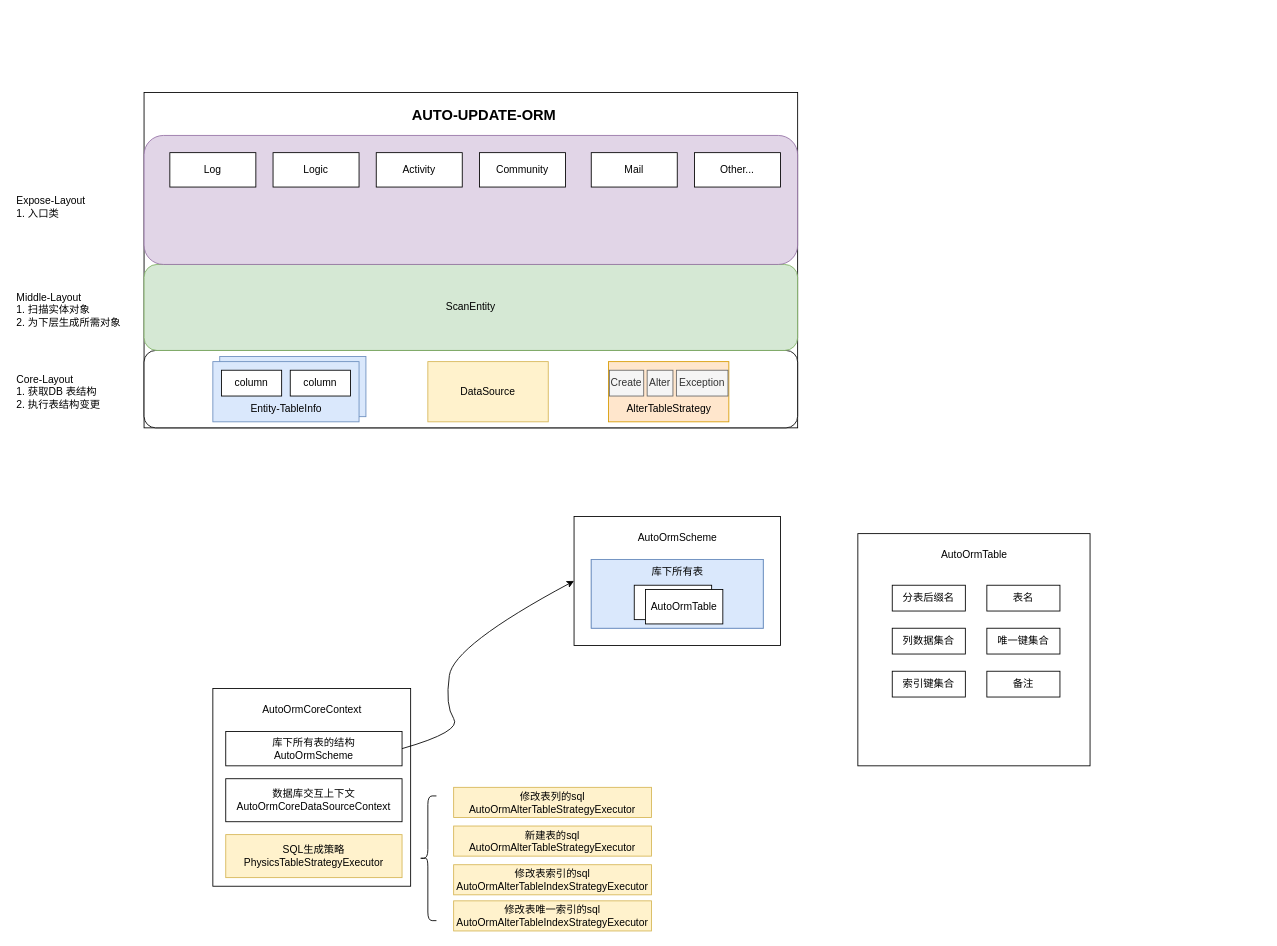
Earlier version of the draw.io diagram SSJJ2/构建ORM映射.drawio (Ordertiny/graph). Source tidied: cells renumbered, new cells numbered last; positions are measured from the earlier drawing's top-left corner, leaving out a move shared by most shapes. Both pictures are drawn from the tidied source at 86%, with x=0, y=0 at pixel (15, 15).
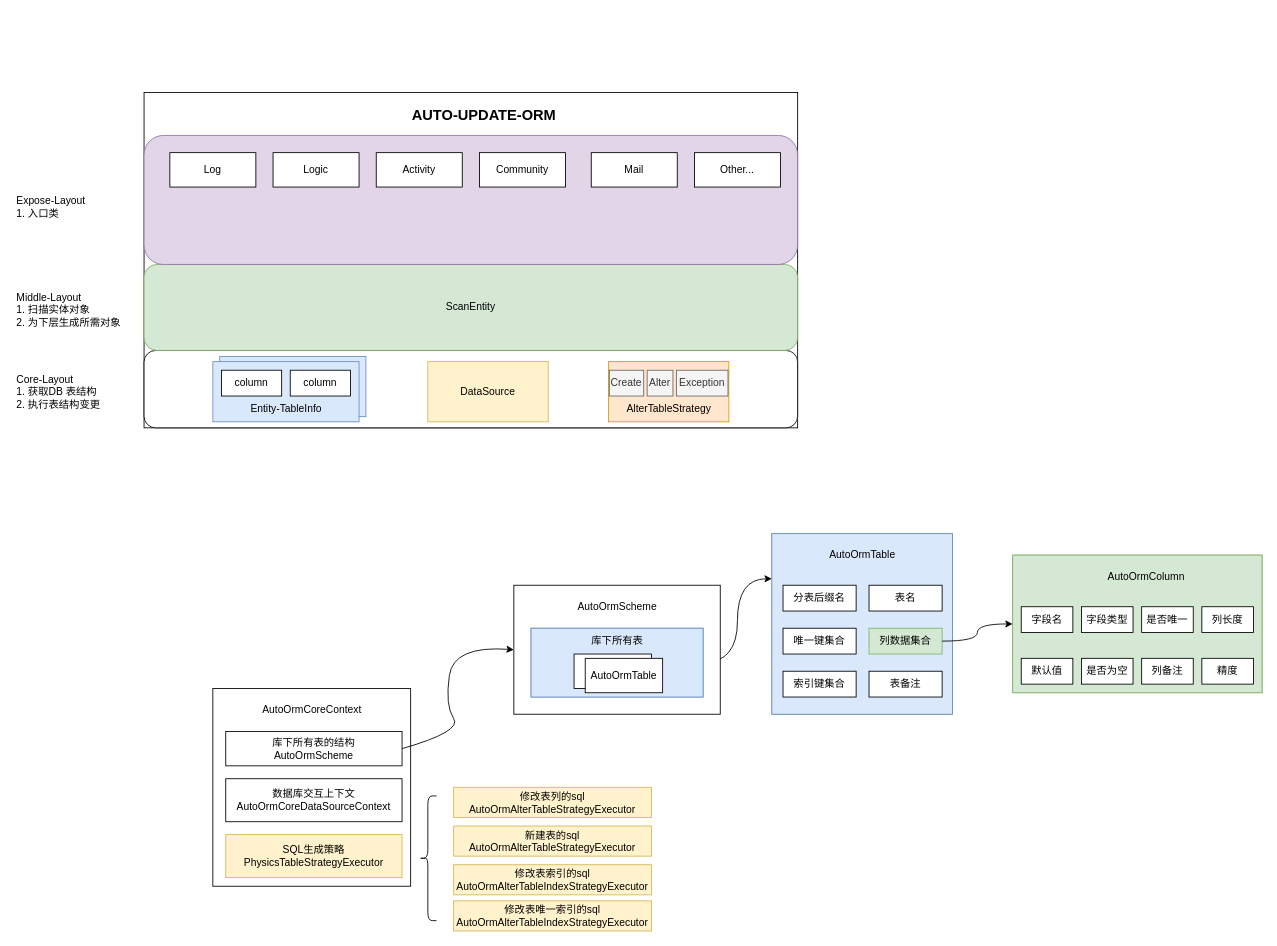
After the change.

Commit message:
更新构建ORM映射.drawio

Unchanged cells that the change refers to:
```xml
<mxCell id="32" value="库下所有表的结构&lt;br&gt;AutoOrmScheme" style="rounded=0;whiteSpace=wrap;html=1;" parent="1" vertex="1">
  <mxGeometry x="245" y="833" width="205" height="40" as="geometry" />
</mxCell>
<mxCell id="43" style="whiteSpace=wrap;html=1;fillColor=#dae8fc;strokeColor=#6c8ebf;" parent="42" vertex="1">
  <mxGeometry width="200" height="80" as="geometry" />
</mxCell>
```

What changed in the source:
```diff
@@
+    <mxCell id="47" style="curved=1;endArrow=classic;html=1;rounded=0;exitX=1;exitY=0.5;exitDx=0;exitDy=0;entryX=0;entryY=0.5;entryDx=0;entryDy=0;" parent="1" edge="1" source="32" target="40">
+      <mxGeometry relative="1" as="geometry">
+        <Array as="points">
+          <mxPoint x="520" y="833" />
+          <mxPoint x="500" y="803" />
+          <mxPoint x="510" y="733" />
+        </Array>
+      </mxGeometry>
+    </mxCell>
+    <mxCell id="56" style="group;fillColor=#d5e8d4;strokeColor=#82b366;" parent="1" vertex="1">
+      <mxGeometry x="880" y="603" width="210" height="210" as="geometry" />
+    </mxCell>
+    <mxCell id="48" style="whiteSpace=wrap;html=1;fillColor=#dae8fc;strokeColor=#6c8ebf;" parent="56" vertex="1">
+      <mxGeometry width="210" height="210" as="geometry" />
+    </mxCell>
+    <mxCell id="49" value="分表后缀名" style="whiteSpace=wrap;html=1;" parent="56" vertex="1">
+      <mxGeometry x="13" y="60" width="85" height="30" as="geometry" />
+    </mxCell>
+    <mxCell id="50" value="AutoOrmTable" style="text;html=1;align=center;verticalAlign=middle;strokeColor=none;fillColor=none;" parent="56" vertex="1">
+      <mxGeometry x="55" y="10" width="100" height="30" as="geometry" />
+    </mxCell>
+    <mxCell id="51" value="表名" style="whiteSpace=wrap;html=1;" parent="56" vertex="1">
+      <mxGeometry x="113" y="60" width="85" height="30" as="geometry" />
+    </mxCell>
+    <mxCell id="52" value="列数据集合" style="whiteSpace=wrap;html=1;fillColor=#d5e8d4;strokeColor=#82b366;" parent="56" vertex="1">
+      <mxGeometry x="113" y="110" width="85" height="30" as="geometry" />
+    </mxCell>
+    <mxCell id="54" value="索引键集合" style="whiteSpace=wrap;html=1;" parent="56" vertex="1">
+      <mxGeometry x="13" y="160" width="85" height="30" as="geometry" />
+    </mxCell>
+    <mxCell id="55" value="表备注" style="whiteSpace=wrap;html=1;" parent="56" vertex="1">
+      <mxGeometry x="113" y="160" width="85" height="30" as="geometry" />
+    </mxCell>
+    <mxCell id="53" value="唯一键集合" style="whiteSpace=wrap;html=1;" parent="56" vertex="1">
+      <mxGeometry x="13" y="110" width="85" height="30" as="geometry" />
+    </mxCell>
+    <mxCell id="57" style="group;fillColor=#d5e8d4;strokeColor=#82b366;" parent="1" vertex="1">
+      <mxGeometry x="1160" y="628" width="290" height="160" as="geometry" />
+    </mxCell>
+    <mxCell id="58" style="whiteSpace=wrap;html=1;fillColor=#d5e8d4;strokeColor=#82b366;" parent="57" vertex="1">
+      <mxGeometry width="290" height="160" as="geometry" />
+    </mxCell>
+    <mxCell id="59" value="字段名" style="whiteSpace=wrap;html=1;" parent="57" vertex="1">
+      <mxGeometry x="10" y="60" width="60" height="30" as="geometry" />
+    </mxCell>
+    <mxCell id="60" value="字段类型" style="whiteSpace=wrap;html=1;" parent="57" vertex="1">
+      <mxGeometry x="80" y="60" width="60" height="30" as="geometry" />
+    </mxCell>
+    <mxCell id="61" value="默认值" style="whiteSpace=wrap;html=1;" parent="57" vertex="1">
+      <mxGeometry x="10" y="120" width="60" height="30" as="geometry" />
+    </mxCell>
+    <mxCell id="62" value="是否为空" style="whiteSpace=wrap;html=1;" parent="57" vertex="1">
+      <mxGeometry x="80" y="120" width="60" height="30" as="geometry" />
+    </mxCell>
+    <mxCell id="63" value="是否唯一" style="whiteSpace=wrap;html=1;" parent="57" vertex="1">
+      <mxGeometry x="150" y="60" width="60" height="30" as="geometry" />
+    </mxCell>
+    <mxCell id="64" value="列备注" style="whiteSpace=wrap;html=1;" parent="57" vertex="1">
+      <mxGeometry x="150" y="120" width="60" height="30" as="geometry" />
+    </mxCell>
+    <mxCell id="65" value="列长度" style="whiteSpace=wrap;html=1;" parent="57" vertex="1">
+      <mxGeometry x="220" y="60" width="60" height="30" as="geometry" />
+    </mxCell>
+    <mxCell id="66" value="精度" style="whiteSpace=wrap;html=1;" parent="57" vertex="1">
+      <mxGeometry x="220" y="120" width="60" height="30" as="geometry" />
+    </mxCell>
+    <mxCell id="67" value="AutoOrmColumn" style="text;html=1;align=center;verticalAlign=middle;strokeColor=none;fillColor=none;" parent="57" vertex="1">
+      <mxGeometry x="100" y="10" width="110" height="30" as="geometry" />
+    </mxCell>
+    <mxCell id="68" style="edgeStyle=orthogonalEdgeStyle;rounded=0;jettySize=auto;html=1;exitX=1;exitY=0.5;exitDx=0;exitDy=0;entryX=0;entryY=0.25;entryDx=0;entryDy=0;curved=1;" parent="1" edge="1" source="43" target="48">
+      <mxGeometry relative="1" as="geometry" />
+    </mxCell>
+    <mxCell id="69" style="edgeStyle=orthogonalEdgeStyle;rounded=0;jettySize=auto;html=1;exitX=1;exitY=0.5;exitDx=0;exitDy=0;curved=1;" parent="1" edge="1" source="52" target="58">
+      <mxGeometry relative="1" as="geometry" />
+    </mxCell>
+    <mxCell id="70" style="group;" parent="1" vertex="1">
+      <mxGeometry x="580" y="663" width="240" height="150" as="geometry" />
+    </mxCell>
-    <mxCell id="40" style="whiteSpace=wrap;html=1;" parent="1" vertex="1">
-      <mxGeometry x="650" y="583" width="240" height="150" as="geometry" />
+    <mxCell id="40" style="whiteSpace=wrap;html=1;" parent="70" vertex="1">
+      <mxGeometry width="240" height="150" as="geometry" />
     </mxCell>
-    <mxCell id="41" value="AutoOrmScheme" style="text;html=1;align=center;verticalAlign=middle;strokeColor=none;fillColor=none;" parent="1" vertex="1">
-      <mxGeometry x="710" y="593" width="120" height="30" as="geometry" />
+    <mxCell id="41" value="AutoOrmScheme" style="text;html=1;align=center;verticalAlign=middle;strokeColor=none;fillColor=none;" parent="70" vertex="1">
+      <mxGeometry x="60" y="10" width="120" height="30" as="geometry" />
     </mxCell>
-    <mxCell id="42" style="group;fillColor=#dae8fc;strokeColor=#6c8ebf;" parent="1" vertex="1">
-      <mxGeometry x="670" y="633" width="200" height="80" as="geometry" />
+    <mxCell id="42" style="group;fillColor=#dae8fc;strokeColor=#6c8ebf;" parent="70" vertex="1">
+      <mxGeometry x="20" y="50" width="200" height="80" as="geometry" />
     </mxCell>
@@
-    <mxCell id="47" style="curved=1;endArrow=classic;html=1;rounded=0;exitX=1;exitY=0.5;exitDx=0;exitDy=0;entryX=0;entryY=0.5;entryDx=0;entryDy=0;" parent="1" edge="1" source="32" target="40">
-      <mxGeometry relative="1" as="geometry">
-        <Array as="points">
-          <mxPoint x="520" y="833" />
-          <mxPoint x="500" y="803" />
-          <mxPoint x="510" y="733" />
-        </Array>
-      </mxGeometry>
-    </mxCell>
-    <mxCell id="48" style="whiteSpace=wrap;html=1;" parent="1" vertex="1">
-      <mxGeometry x="980" y="603" width="270" height="270" as="geometry" />
-    </mxCell>
-    <mxCell id="49" value="分表后缀名" style="whiteSpace=wrap;html=1;" parent="1" vertex="1">
-      <mxGeometry x="1020" y="663" width="85" height="30" as="geometry" />
-    </mxCell>
-    <mxCell id="50" value="AutoOrmTable" style="text;html=1;align=center;verticalAlign=middle;strokeColor=none;fillColor=none;" parent="1" vertex="1">
-      <mxGeometry x="1065" y="613" width="100" height="30" as="geometry" />
-    </mxCell>
-    <mxCell id="51" value="表名" style="whiteSpace=wrap;html=1;" parent="1" vertex="1">
-      <mxGeometry x="1130" y="663" width="85" height="30" as="geometry" />
-    </mxCell>
-    <mxCell id="52" value="列数据集合" style="whiteSpace=wrap;html=1;" parent="1" vertex="1">
-      <mxGeometry x="1020" y="713" width="85" height="30" as="geometry" />
-    </mxCell>
-    <mxCell id="53" value="唯一键集合" style="whiteSpace=wrap;html=1;" parent="1" vertex="1">
-      <mxGeometry x="1130" y="713" width="85" height="30" as="geometry" />
-    </mxCell>
-    <mxCell id="54" value="索引键集合" style="whiteSpace=wrap;html=1;" parent="1" vertex="1">
-      <mxGeometry x="1020" y="763" width="85" height="30" as="geometry" />
-    </mxCell>
-    <mxCell id="55" value="备注" style="whiteSpace=wrap;html=1;" parent="1" vertex="1">
-      <mxGeometry x="1130" y="763" width="85" height="30" as="geometry" />
-    </mxCell>
```
